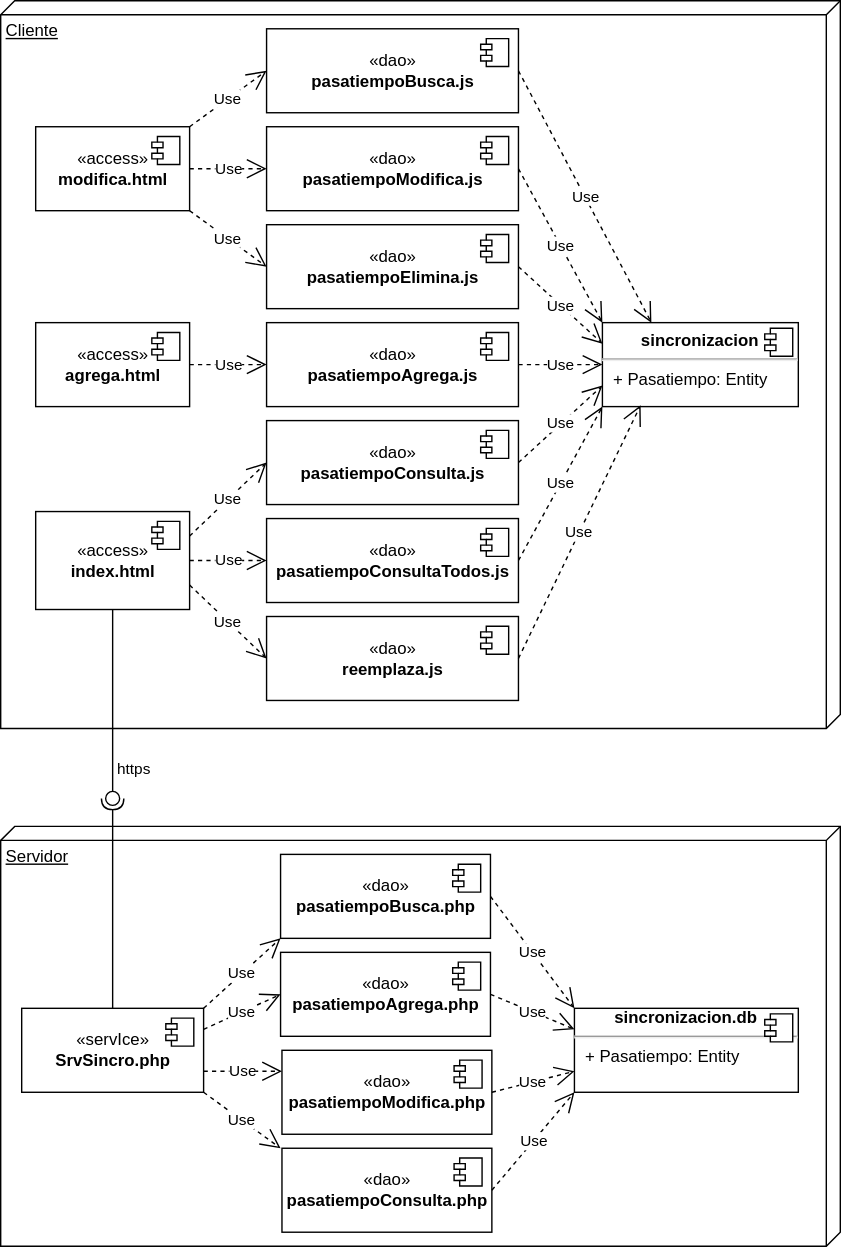
Before: img/m11sincro/sincrodistribucion.drawio.svg, a diagram exported from draw.io (gilpgdm/gilpgdm.github.io). Source tidied: cells renumbered, new cells last; positions are measured from the earlier drawing's top-left corner, leaving out a move shared by most shapes.
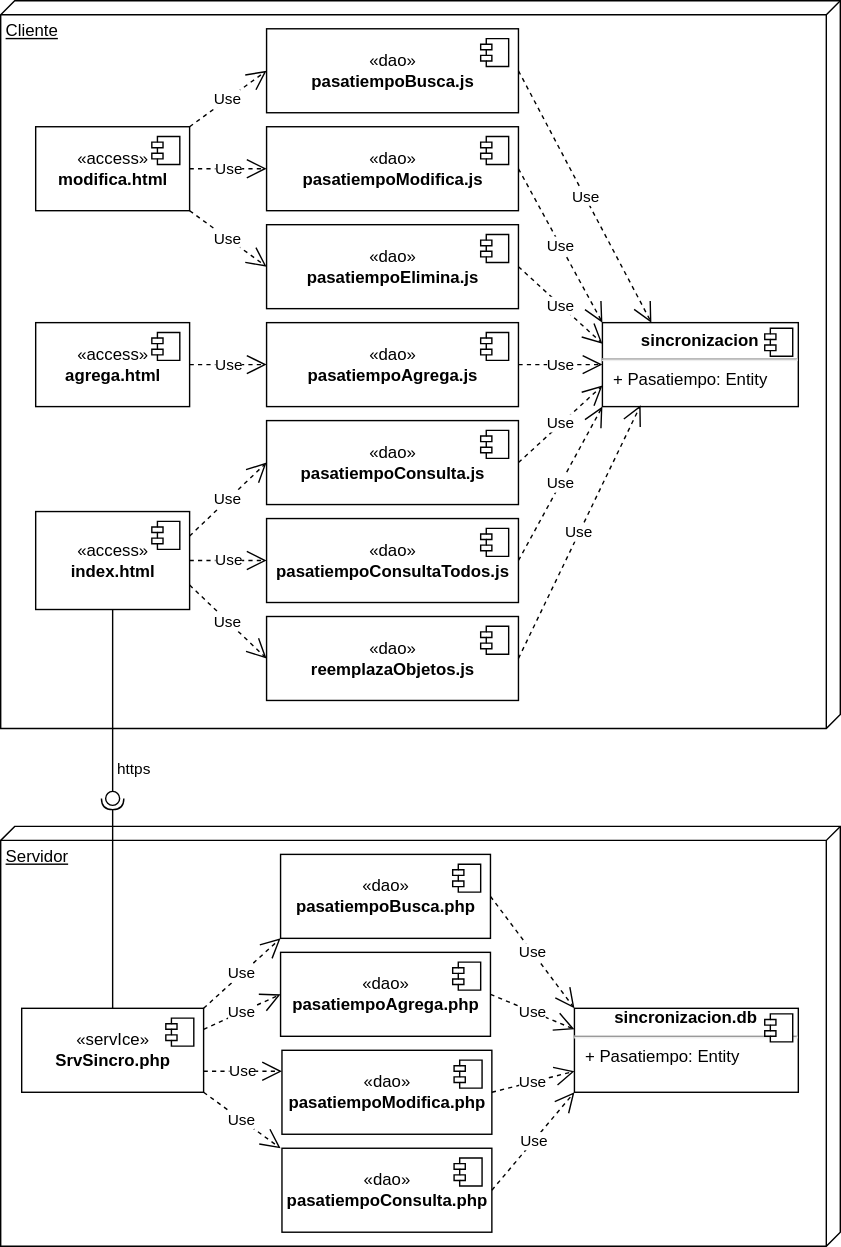
After the change.

Change to the diagram source:
```diff
@@ -207,7 +207,7 @@
     <mxCell id="58" value="Use" style="endArrow=open;endSize=12;dashed=1;html=1;rounded=0;entryX=0;entryY=0.5;entryDx=0;entryDy=0;exitX=1;exitY=0.5;exitDx=0;exitDy=0;" parent="1" edge="1" source="3" target="55">
       <mxGeometry relative="1" as="geometry" />
     </mxCell>
-    <mxCell id="59" value="«dao»&lt;br&gt;&lt;b&gt;reemplaza.js&lt;/b&gt;" style="html=1;" parent="1" vertex="1">
+    <mxCell id="59" value="«dao»&lt;br&gt;&lt;b&gt;reemplazaObjetos.js&lt;/b&gt;" style="html=1;" parent="1" vertex="1">
       <mxGeometry x="190" y="440" width="180" height="60" as="geometry" />
     </mxCell>
     <mxCell id="60" style="shape=module;jettyWidth=8;jettyHeight=4;" parent="59" vertex="1">
```
